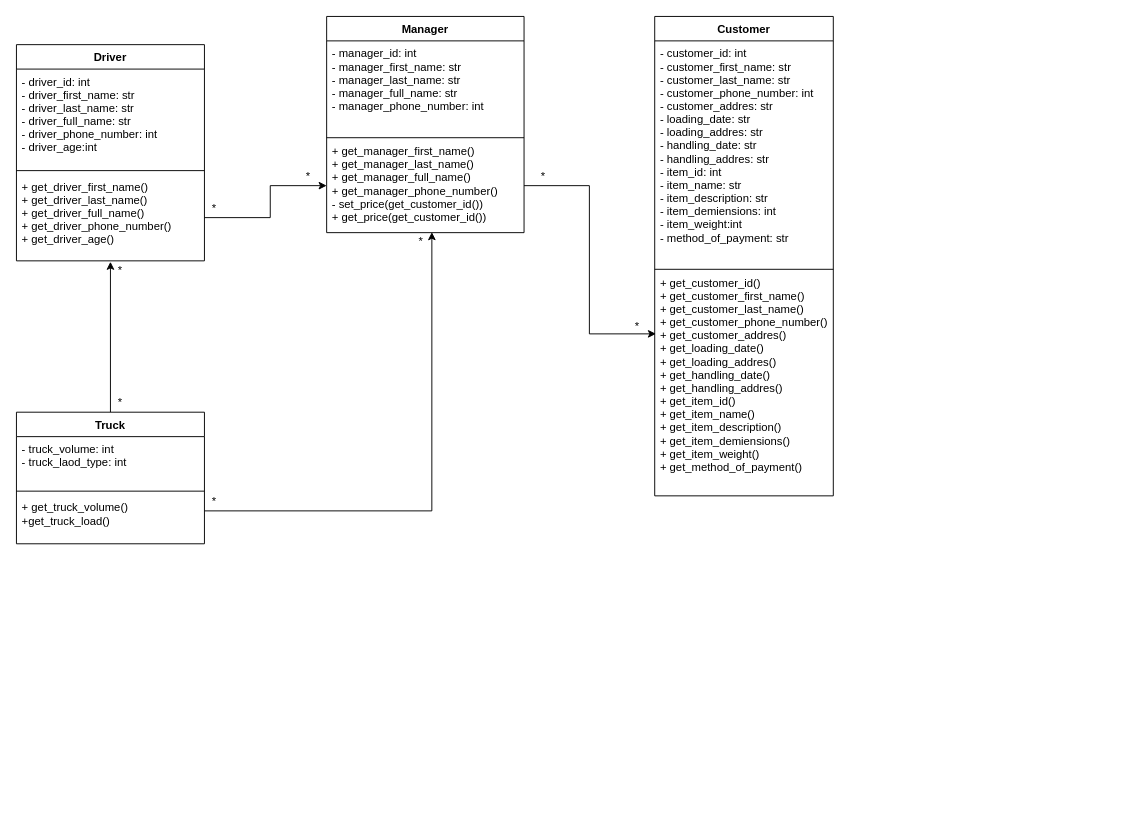
Earlier version of the draw.io diagram page "Page-1" (1 of 2) of Untitled Diagram.drawio (Argam431/PYTHON3-2). Source tidied: cells renumbered, new cells numbered last; positions are measured from the earlier drawing's top-left corner, leaving out a move shared by most shapes. Both pictures are drawn from the tidied source at 94%, with x=0, y=0 at pixel (16, 16).
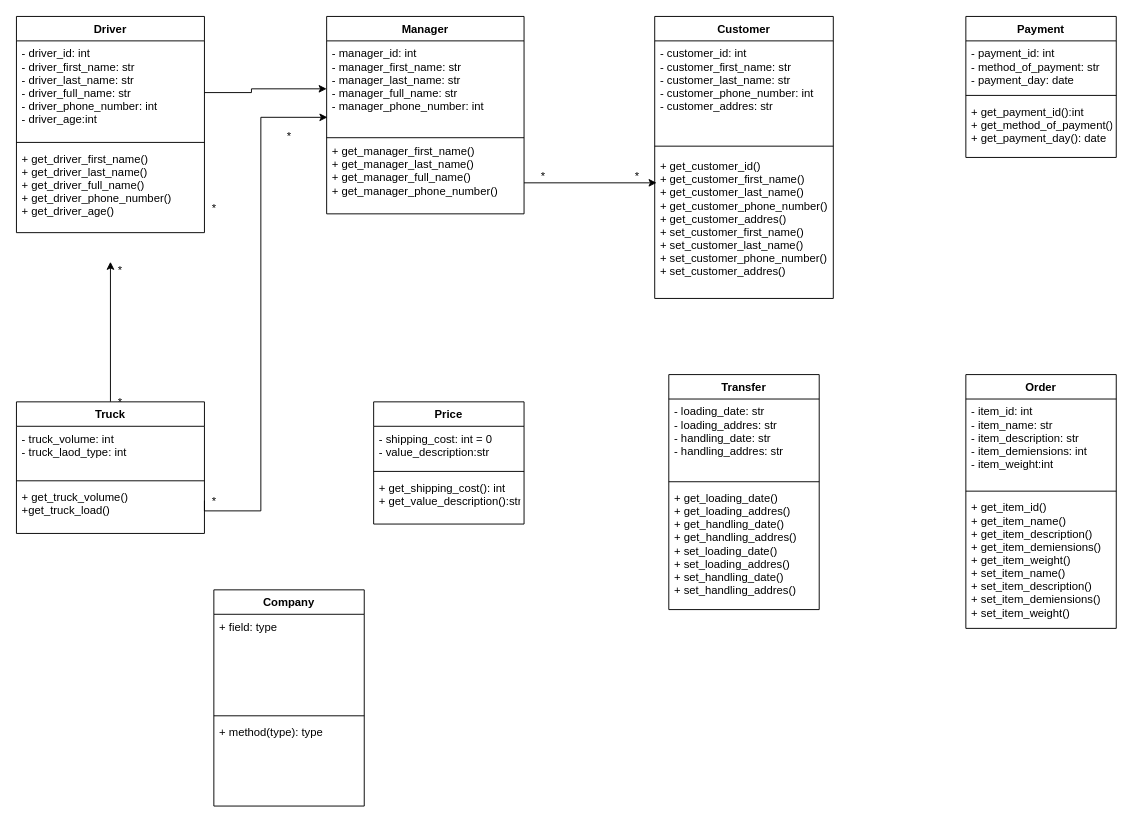
Above is the later version.

The change refers to these unchanged cells:
```xml
<mxCell id="3" value="- manager_id: int&#10;- manager_first_name: str &#10;- manager_last_name: str&#10;- manager_full_name: str&#10;- manager_phone_number: int" style="text;strokeColor=none;fillColor=none;align=left;verticalAlign=top;spacingLeft=4;spacingRight=4;overflow=hidden;points=[[0,0.5],[1,0.5]];portConstraint=eastwest;" parent="2" vertex="1">
  <mxGeometry y="26" width="210" height="104" as="geometry" />
</mxCell>
<mxCell id="17" value="+ get_driver_first_name()&#10;+ get_driver_last_name()&#10;+ get_driver_full_name()&#10;+ get_driver_phone_number()&#10;+ get_driver_age()&#10;" style="text;strokeColor=none;fillColor=none;align=left;verticalAlign=top;spacingLeft=4;spacingRight=4;overflow=hidden;points=[[0,0.5],[1,0.5]];portConstraint=eastwest;" parent="14" vertex="1">
  <mxGeometry y="138" width="200" height="92" as="geometry" />
</mxCell>
```

The edit, as a diff of the source:
```diff
@@
     <mxCell id="2" value="Manager" style="swimlane;fontStyle=1;align=center;verticalAlign=top;horizontal=1;startSize=26;" parent="1" vertex="1">
-      <mxGeometry x="330" width="210" height="230" as="geometry" />
+      <mxGeometry x="330" width="210" height="210" as="geometry" />
     </mxCell>
@@
-    <mxCell id="4" value="+ get_manager_first_name()&#10;+ get_manager_last_name()&#10;+ get_manager_full_name()&#10;+ get_manager_phone_number()&#10;- set_price(get_customer_id())&#10;+ get_price(get_customer_id())" style="text;strokeColor=none;fillColor=none;align=left;verticalAlign=top;spacingLeft=4;spacingRight=4;overflow=hidden;points=[[0,0.5],[1,0.5]];portConstraint=eastwest;" parent="2" vertex="1">
-      <mxGeometry y="130" width="210" height="100" as="geometry" />
+    <mxCell id="4" value="+ get_manager_first_name()&#10;+ get_manager_last_name()&#10;+ get_manager_full_name()&#10;+ get_manager_phone_number()&#10;" style="text;strokeColor=none;fillColor=none;align=left;verticalAlign=top;spacingLeft=4;spacingRight=4;overflow=hidden;points=[[0,0.5],[1,0.5]];portConstraint=eastwest;" parent="2" vertex="1">
+      <mxGeometry y="130" width="210" height="80" as="geometry" />
     </mxCell>
@@
     <mxCell id="6" value="Customer" style="swimlane;fontStyle=1;align=center;verticalAlign=top;horizontal=1;startSize=26;" parent="1" vertex="1">
-      <mxGeometry x="679" width="190" height="510" as="geometry" />
+      <mxGeometry x="679" width="190" height="300" as="geometry" />
     </mxCell>
-    <mxCell id="7" value="- customer_id: int&#10;- customer_first_name: str &#10;- customer_last_name: str&#10;- customer_phone_number: int&#10;- customer_addres: str&#10;- loading_date: str&#10;- loading_addres: str&#10;- handling_date: str&#10;- handling_addres: str&#10;- item_id: int&#10;- item_name: str &#10;- item_description: str&#10;- item_demiensions: int&#10;- item_weight:int&#10;- method_of_payment: str&#10;" style="text;strokeColor=none;fillColor=none;align=left;verticalAlign=top;spacingLeft=4;spacingRight=4;overflow=hidden;" parent="6" vertex="1">
-      <mxGeometry y="26" width="190" height="244" as="geometry" />
+    <mxCell id="7" value="- customer_id: int&#10;- customer_first_name: str &#10;- customer_last_name: str&#10;- customer_phone_number: int&#10;- customer_addres: str&#10;" style="text;strokeColor=none;fillColor=none;align=left;verticalAlign=top;spacingLeft=4;spacingRight=4;overflow=hidden;" parent="6" vertex="1">
+      <mxGeometry y="26" width="190" height="104" as="geometry" />
     </mxCell>
+    <mxCell id="9" style="line;strokeWidth=1;fillColor=none;align=left;verticalAlign=middle;spacingTop=-1;spacingLeft=3;spacingRight=3;labelPosition=right;" parent="6" vertex="1">
+      <mxGeometry y="130" width="190" height="16" as="geometry" />
+    </mxCell>
-    <mxCell id="8" value="+ get_customer_id()&#10;+ get_customer_first_name()&#10;+ get_customer_last_name()&#10;+ get_customer_phone_number()&#10;+ get_customer_addres()&#10;+ get_loading_date()&#10;+ get_loading_addres()&#10;+ get_handling_date()&#10;+ get_handling_addres()&#10;+ get_item_id()&#10;+ get_item_name() &#10;+ get_item_description()&#10;+ get_item_demiensions()&#10;+ get_item_weight()&#10;+ get_method_of_payment()&#10;" style="text;strokeColor=none;fillColor=none;align=left;verticalAlign=top;spacingLeft=4;spacingRight=4;overflow=hidden;points=[[0,0.5],[1,0.5]];portConstraint=eastwest;" parent="6" vertex="1">
-      <mxGeometry y="270" width="190" height="240" as="geometry" />
+    <mxCell id="8" value="+ get_customer_id()&#10;+ get_customer_first_name()&#10;+ get_customer_last_name()&#10;+ get_customer_phone_number()&#10;+ get_customer_addres()&#10;+ set_customer_first_name()&#10;+ set_customer_last_name()&#10;+ set_customer_phone_number()&#10;+ set_customer_addres()&#10;&#10;&#10;" style="text;strokeColor=none;fillColor=none;align=left;verticalAlign=top;spacingLeft=4;spacingRight=4;overflow=hidden;points=[[0,0.5],[1,0.5]];portConstraint=eastwest;" parent="6" vertex="1">
+      <mxGeometry y="146" width="190" height="154" as="geometry" />
     </mxCell>
-    <mxCell id="9" style="line;strokeWidth=1;fillColor=none;align=left;verticalAlign=middle;spacingTop=-1;spacingLeft=3;spacingRight=3;labelPosition=right;" parent="1" vertex="1">
-      <mxGeometry x="679" y="261" width="190" height="16" as="geometry" />
-    </mxCell>
@@
-    <mxCell id="11" style="edgeStyle=orthogonalEdgeStyle;rounded=0;jettySize=auto;html=1;entryX=0.007;entryY=0.282;entryDx=0;entryDy=0;entryPerimeter=0;" parent="1" edge="1" source="4" target="8">
-      <mxGeometry relative="1" as="geometry" />
+    <mxCell id="11" style="edgeStyle=orthogonalEdgeStyle;rounded=0;jettySize=auto;html=1;" parent="1" edge="1" source="4">
+      <mxGeometry relative="1" as="geometry">
+        <mxPoint x="681" y="177" as="targetPoint" />
+        <Array as="points">
+          <mxPoint x="681" y="177" />
+        </Array>
+      </mxGeometry>
     </mxCell>
@@
     <mxCell id="13" value="*" style="text;html=1;align=center;verticalAlign=middle;strokeColor=none;" parent="1" vertex="1">
-      <mxGeometry x="650" y="320" width="20" height="20" as="geometry" />
+      <mxGeometry x="650" y="160" width="20" height="20" as="geometry" />
     </mxCell>
     <mxCell id="14" value="Driver" style="swimlane;fontStyle=1;align=center;verticalAlign=top;horizontal=1;startSize=26;" parent="1" vertex="1">
-      <mxGeometry y="30" width="200" height="230" as="geometry" />
+      <mxGeometry width="200" height="230" as="geometry" />
     </mxCell>
@@
     <mxCell id="18" value="*" style="text;html=1;align=center;verticalAlign=middle;strokeColor=none;" parent="1" vertex="1">
-      <mxGeometry x="300" y="160" width="20" height="20" as="geometry" />
+      <mxGeometry x="280" y="118" width="20" height="20" as="geometry" />
     </mxCell>
-    <mxCell id="19" style="edgeStyle=orthogonalEdgeStyle;rounded=0;jettySize=auto;html=1;exitX=1;exitY=0.75;exitDx=0;exitDy=0;entryX=0.533;entryY=0.995;entryDx=0;entryDy=0;entryPerimeter=0;" parent="1" edge="1" source="21" target="4">
-      <mxGeometry relative="1" as="geometry" />
+    <mxCell id="19" style="edgeStyle=orthogonalEdgeStyle;rounded=0;jettySize=auto;html=1;exitX=1;exitY=0.75;exitDx=0;exitDy=0;entryX=0.004;entryY=0.782;entryDx=0;entryDy=0;entryPerimeter=0;" parent="1" edge="1" source="21" target="3">
+      <mxGeometry relative="1" as="geometry">
+        <Array as="points">
+          <mxPoint x="200" y="526" />
+          <mxPoint x="260" y="526" />
+          <mxPoint x="260" y="107" />
+        </Array>
+      </mxGeometry>
     </mxCell>
@@
     <mxCell id="21" value="Truck" style="swimlane;fontStyle=1;align=center;verticalAlign=top;horizontal=1;startSize=26;" parent="1" vertex="1">
-      <mxGeometry y="421" width="200" height="140" as="geometry" />
+      <mxGeometry y="410" width="200" height="140" as="geometry" />
     </mxCell>
@@
-    <mxCell id="25" style="edgeStyle=elbowEdgeStyle;rounded=0;jettySize=auto;html=1;exitX=1;exitY=0.5;exitDx=0;exitDy=0;entryX=0;entryY=0.5;entryDx=0;entryDy=0;" parent="1" edge="1" source="17" target="4">
+    <mxCell id="25" style="edgeStyle=elbowEdgeStyle;rounded=0;orthogonalLoop=1;jettySize=auto;html=1;exitX=1;exitY=0.5;exitDx=0;exitDy=0;entryX=0;entryY=0.5;entryDx=0;entryDy=0;" parent="1" edge="1">
       <mxGeometry relative="1" as="geometry">
+        <mxPoint x="200" y="81" as="sourcePoint" />
+        <mxPoint x="330" y="77" as="targetPoint" />
         <Array as="points">
-          <mxPoint x="270" y="240" />
+          <mxPoint x="250" y="37" />
+          <mxPoint x="300" y="17" />
+          <mxPoint x="270" y="137" />
         </Array>
       </mxGeometry>
     </mxCell>
@@
-    <mxCell id="27" value="*" style="text;html=1;align=center;verticalAlign=middle;strokeColor=none;" parent="1" vertex="1">
-      <mxGeometry x="420" y="230" width="20" height="20" as="geometry" />
-    </mxCell>
@@
+    <mxCell id="30" value="Order" style="swimlane;fontStyle=1;align=center;verticalAlign=top;horizontal=1;startSize=26;" parent="1" vertex="1">
+      <mxGeometry x="1010" y="381" width="160" height="270" as="geometry" />
+    </mxCell>
+    <mxCell id="31" value="- item_id: int&#10;- item_name: str &#10;- item_description: str&#10;- item_demiensions: int&#10;- item_weight:int" style="text;strokeColor=none;fillColor=none;align=left;verticalAlign=top;spacingLeft=4;spacingRight=4;overflow=hidden;" parent="30" vertex="1">
+      <mxGeometry y="26" width="160" height="94" as="geometry" />
+    </mxCell>
+    <mxCell id="32" style="line;strokeWidth=1;fillColor=none;align=left;verticalAlign=middle;spacingTop=-1;spacingLeft=3;spacingRight=3;labelPosition=right;" parent="30" vertex="1">
+      <mxGeometry y="120" width="160" height="8" as="geometry" />
+    </mxCell>
+    <mxCell id="33" value="+ get_item_id()&#10;+ get_item_name() &#10;+ get_item_description()&#10;+ get_item_demiensions()&#10;+ get_item_weight()&#10;+ set_item_name() &#10;+ set_item_description()&#10;+ set_item_demiensions()&#10;+ set_item_weight()" style="text;strokeColor=none;fillColor=none;align=left;verticalAlign=top;spacingLeft=4;spacingRight=4;overflow=hidden;" parent="30" vertex="1">
+      <mxGeometry y="128" width="160" height="142" as="geometry" />
+    </mxCell>
+    <mxCell id="34" value="Transfer" style="swimlane;fontStyle=1;align=center;verticalAlign=top;horizontal=1;startSize=26;" parent="1" vertex="1">
+      <mxGeometry x="694" y="381" width="160" height="250" as="geometry" />
+    </mxCell>
+    <mxCell id="35" value="- loading_date: str&#10;- loading_addres: str&#10;- handling_date: str&#10;- handling_addres: str&#10;" style="text;strokeColor=none;fillColor=none;align=left;verticalAlign=top;spacingLeft=4;spacingRight=4;overflow=hidden;" parent="34" vertex="1">
+      <mxGeometry y="26" width="160" height="84" as="geometry" />
+    </mxCell>
+    <mxCell id="36" style="line;strokeWidth=1;fillColor=none;align=left;verticalAlign=middle;spacingTop=-1;spacingLeft=3;spacingRight=3;labelPosition=right;" parent="34" vertex="1">
+      <mxGeometry y="110" width="160" height="8" as="geometry" />
+    </mxCell>
+    <mxCell id="37" value="+ get_loading_date()&#10;+ get_loading_addres()&#10;+ get_handling_date()&#10;+ get_handling_addres()&#10;+ set_loading_date()&#10;+ set_loading_addres()&#10;+ set_handling_date()&#10;+ set_handling_addres()" style="text;strokeColor=none;fillColor=none;align=left;verticalAlign=top;spacingLeft=4;spacingRight=4;overflow=hidden;" parent="34" vertex="1">
+      <mxGeometry y="118" width="160" height="132" as="geometry" />
+    </mxCell>
+    <mxCell id="38" value="Payment" style="swimlane;fontStyle=1;align=center;verticalAlign=top;horizontal=1;startSize=26;" parent="1" vertex="1">
+      <mxGeometry x="1010" width="160" height="150" as="geometry" />
+    </mxCell>
+    <mxCell id="39" value="- payment_id: int&#10;- method_of_payment: str&#10;- payment_day: date&#10;" style="text;strokeColor=none;fillColor=none;align=left;verticalAlign=top;spacingLeft=4;spacingRight=4;overflow=hidden;" parent="38" vertex="1">
+      <mxGeometry y="26" width="160" height="54" as="geometry" />
+    </mxCell>
+    <mxCell id="40" style="line;strokeWidth=1;fillColor=none;align=left;verticalAlign=middle;spacingTop=-1;spacingLeft=3;spacingRight=3;labelPosition=right;" parent="38" vertex="1">
+      <mxGeometry y="80" width="160" height="8" as="geometry" />
+    </mxCell>
+    <mxCell id="41" value="+ get_payment_id():int&#10;+ get_method_of_payment()&#10;+ get_payment_day(): date&#10;" style="text;strokeColor=none;fillColor=none;align=left;verticalAlign=top;spacingLeft=4;spacingRight=4;overflow=hidden;" parent="38" vertex="1">
+      <mxGeometry y="88" width="160" height="62" as="geometry" />
+    </mxCell>
+    <mxCell id="42" value="Price" style="swimlane;fontStyle=1;align=center;verticalAlign=top;horizontal=1;startSize=26;" parent="1" vertex="1">
+      <mxGeometry x="380" y="410" width="160" height="130" as="geometry" />
+    </mxCell>
+    <mxCell id="43" value="- shipping_cost: int = 0&#10;- value_description:str&#10;&#10;" style="text;strokeColor=none;fillColor=none;align=left;verticalAlign=top;spacingLeft=4;spacingRight=4;overflow=hidden;" parent="42" vertex="1">
+      <mxGeometry y="26" width="160" height="44" as="geometry" />
+    </mxCell>
+    <mxCell id="44" style="line;strokeWidth=1;fillColor=none;align=left;verticalAlign=middle;spacingTop=-1;spacingLeft=3;spacingRight=3;labelPosition=right;" parent="42" vertex="1">
+      <mxGeometry y="70" width="160" height="8" as="geometry" />
+    </mxCell>
+    <mxCell id="45" value="+ get_shipping_cost(): int&#10;+ get_value_description():str" style="text;strokeColor=none;fillColor=none;align=left;verticalAlign=top;spacingLeft=4;spacingRight=4;overflow=hidden;" parent="42" vertex="1">
+      <mxGeometry y="78" width="160" height="52" as="geometry" />
+    </mxCell>
+    <mxCell id="46" value="Company" style="swimlane;fontStyle=1;align=center;verticalAlign=top;horizontal=1;startSize=26;" parent="1" vertex="1">
+      <mxGeometry x="210" y="610" width="160" height="230" as="geometry" />
+    </mxCell>
+    <mxCell id="47" value="+ field: type" style="text;strokeColor=none;fillColor=none;align=left;verticalAlign=top;spacingLeft=4;spacingRight=4;overflow=hidden;" parent="46" vertex="1">
+      <mxGeometry y="26" width="160" height="104" as="geometry" />
+    </mxCell>
+    <mxCell id="48" style="line;strokeWidth=1;fillColor=none;align=left;verticalAlign=middle;spacingTop=-1;spacingLeft=3;spacingRight=3;labelPosition=right;" parent="46" vertex="1">
+      <mxGeometry y="130" width="160" height="8" as="geometry" />
+    </mxCell>
+    <mxCell id="49" value="+ method(type): type" style="text;strokeColor=none;fillColor=none;align=left;verticalAlign=top;spacingLeft=4;spacingRight=4;overflow=hidden;" parent="46" vertex="1">
+      <mxGeometry y="138" width="160" height="92" as="geometry" />
+    </mxCell>
```
